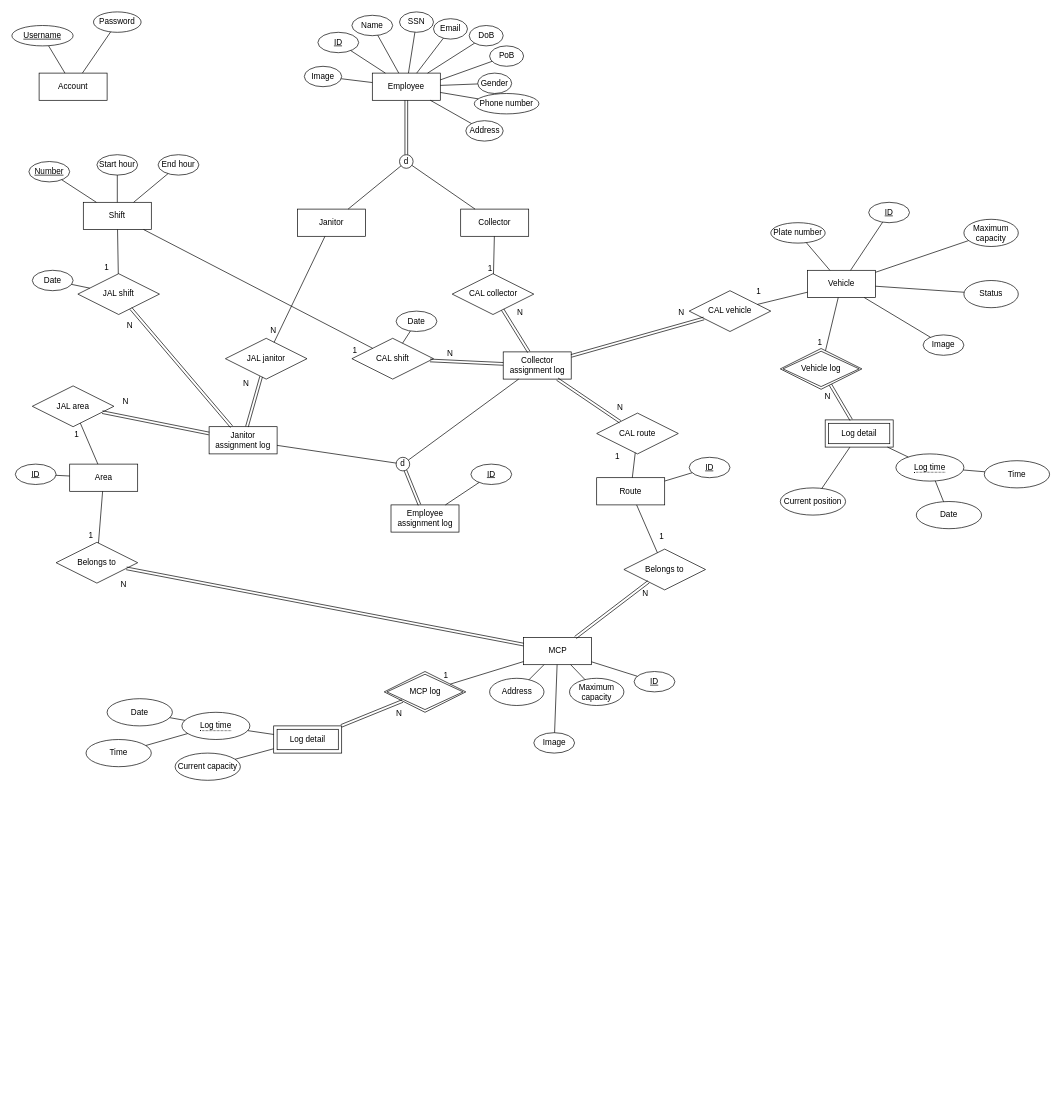
Earlier version of the draw.io diagram ERD.drawio (astr0tas/A-simple-chat-web-application). Source tidied: cells renumbered, new cells numbered last; positions are measured from the earlier drawing's top-left corner, leaving out a move shared by most shapes. Both pictures are drawn from the tidied source at 68%, with x=0, y=0 at pixel (12, 12).
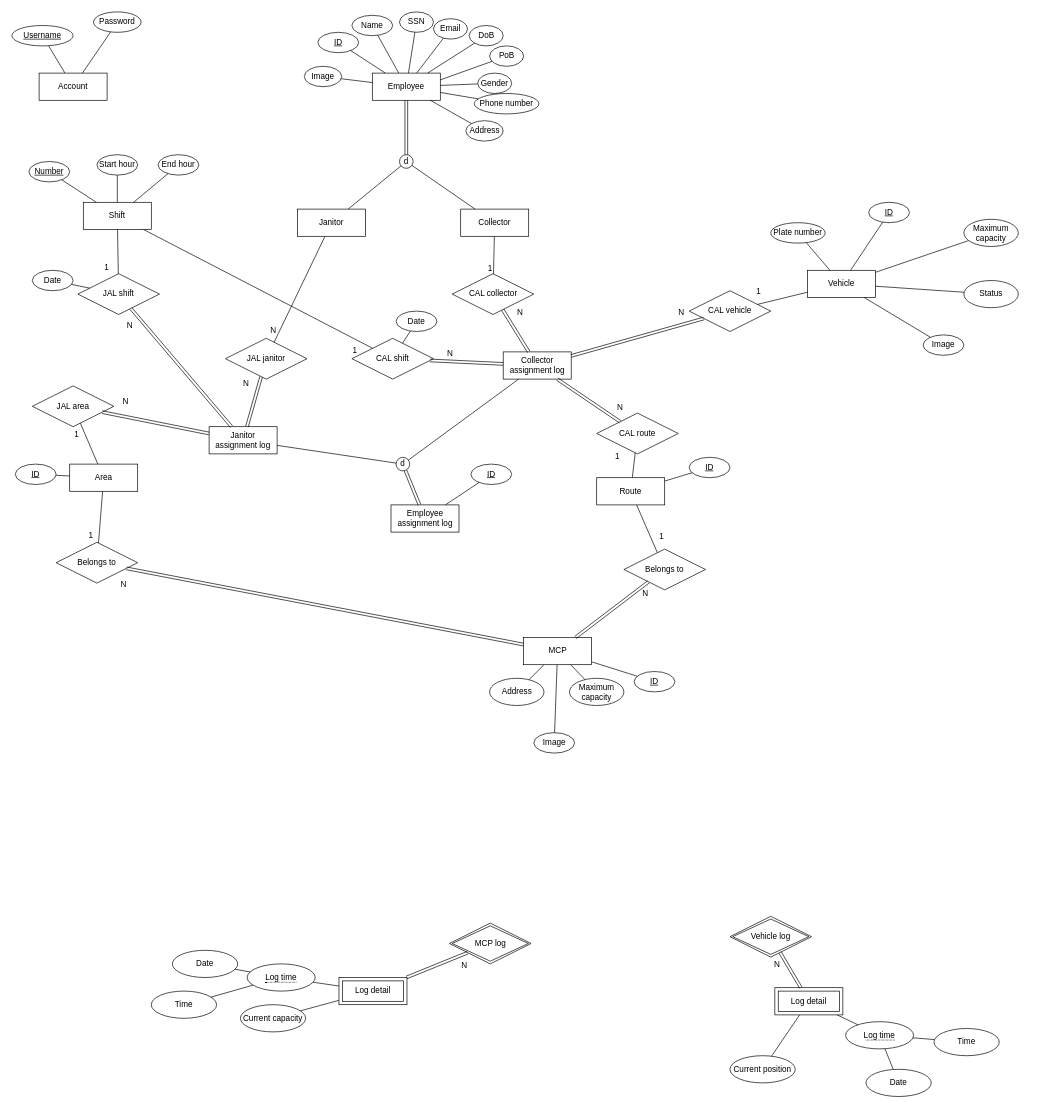
Above is the later version.

Unchanged cells that the change refers to:
```xml
<mxCell id="32" value="MCP" style="whiteSpace=wrap;html=1;align=center;" parent="1" vertex="1">
  <mxGeometry x="752.5" y="920" width="100" height="40" as="geometry" />
</mxCell>
<mxCell id="33" value="Vehicle" style="whiteSpace=wrap;html=1;align=center;" parent="1" vertex="1">
  <mxGeometry x="1170" y="380" width="100" height="40" as="geometry" />
</mxCell>
```

Change to the diagram source:
```diff
@@
     <mxCell id="79" value="MCP log" style="shape=rhombus;double=1;perimeter=rhombusPerimeter;whiteSpace=wrap;html=1;align=center;" parent="1" vertex="1">
-      <mxGeometry x="547.5" y="970" width="120" height="60" as="geometry" />
+      <mxGeometry x="643.5" y="1340" width="120" height="60" as="geometry" />
     </mxCell>
     <mxCell id="80" value="Vehicle log" style="shape=rhombus;double=1;perimeter=rhombusPerimeter;whiteSpace=wrap;html=1;align=center;" parent="1" vertex="1">
-      <mxGeometry x="1130" y="495" width="120" height="60" as="geometry" />
+      <mxGeometry x="1056" y="1330" width="120" height="60" as="geometry" />
     </mxCell>
-    <mxCell id="81" style="endArrow=none;html=1;rounded=0;" parent="1" edge="1" source="32" target="79">
-      <mxGeometry relative="1" as="geometry" />
-    </mxCell>
-    <mxCell id="82" value="1" style="html=1;whiteSpace=wrap;align=right;verticalAlign=bottom;" parent="81" vertex="1">
-      <mxGeometry x="1" relative="1" as="geometry">
-        <mxPoint x="-1" y="-5" as="offset" />
-      </mxGeometry>
-    </mxCell>
     <mxCell id="83" value="Log detail" style="shape=ext;margin=3;double=1;whiteSpace=wrap;html=1;align=center;" parent="1" vertex="1">
-      <mxGeometry x="385" y="1050" width="100" height="40" as="geometry" />
+      <mxGeometry x="481" y="1420" width="100" height="40" as="geometry" />
     </mxCell>
     <mxCell id="84" value="&lt;span style=&quot;border-bottom: 1px dotted&quot;&gt;Log time&lt;br&gt;&lt;/span&gt;" style="ellipse;whiteSpace=wrap;html=1;align=center;" parent="1" vertex="1">
-      <mxGeometry x="250" y="1030" width="100" height="40" as="geometry" />
+      <mxGeometry x="346" y="1400" width="100" height="40" as="geometry" />
     </mxCell>
     <mxCell id="85" value="Current capacity" style="ellipse;whiteSpace=wrap;html=1;align=center;" parent="1" vertex="1">
-      <mxGeometry x="240" y="1090" width="96" height="40" as="geometry" />
+      <mxGeometry x="336" y="1460" width="96" height="40" as="geometry" />
     </mxCell>
@@
     <mxCell id="90" value="Log detail" style="shape=ext;margin=3;double=1;whiteSpace=wrap;html=1;align=center;" parent="1" vertex="1">
-      <mxGeometry x="1196" y="600" width="100" height="40" as="geometry" />
+      <mxGeometry x="1122" y="1435" width="100" height="40" as="geometry" />
     </mxCell>
     <mxCell id="91" value="&lt;span style=&quot;border-bottom: 1px dotted&quot;&gt;Log time&lt;br&gt;&lt;/span&gt;" style="ellipse;whiteSpace=wrap;html=1;align=center;" parent="1" vertex="1">
-      <mxGeometry x="1300" y="650" width="100" height="40" as="geometry" />
+      <mxGeometry x="1226" y="1485" width="100" height="40" as="geometry" />
     </mxCell>
     <mxCell id="92" value="Date" style="ellipse;whiteSpace=wrap;html=1;align=center;" parent="1" vertex="1">
-      <mxGeometry x="140" y="1010" width="96" height="40" as="geometry" />
+      <mxGeometry x="236" y="1380" width="96" height="40" as="geometry" />
     </mxCell>
     <mxCell id="93" value="Time" style="ellipse;whiteSpace=wrap;html=1;align=center;" parent="1" vertex="1">
-      <mxGeometry x="109" y="1070" width="96" height="40" as="geometry" />
+      <mxGeometry x="205" y="1440" width="96" height="40" as="geometry" />
     </mxCell>
@@
-    <mxCell id="96" style="endArrow=none;html=1;rounded=0;" parent="1" edge="1" source="33" target="80">
-      <mxGeometry relative="1" as="geometry" />
-    </mxCell>
-    <mxCell id="97" value="1" style="html=1;whiteSpace=wrap;align=right;verticalAlign=bottom;" parent="96" vertex="1">
-      <mxGeometry x="1" relative="1" as="geometry">
-        <mxPoint x="-4" y="-3" as="offset" />
-      </mxGeometry>
-    </mxCell>
@@
     <mxCell id="100" value="Date" style="ellipse;whiteSpace=wrap;html=1;align=center;" parent="1" vertex="1">
-      <mxGeometry x="1330" y="720" width="96" height="40" as="geometry" />
+      <mxGeometry x="1256" y="1555" width="96" height="40" as="geometry" />
     </mxCell>
     <mxCell id="101" value="Time" style="ellipse;whiteSpace=wrap;html=1;align=center;" parent="1" vertex="1">
-      <mxGeometry x="1430" y="660" width="96" height="40" as="geometry" />
+      <mxGeometry x="1356" y="1495" width="96" height="40" as="geometry" />
     </mxCell>
@@
     <mxCell id="105" value="Current position" style="ellipse;whiteSpace=wrap;html=1;align=center;" parent="1" vertex="1">
-      <mxGeometry x="1130" y="700" width="96" height="40" as="geometry" />
+      <mxGeometry x="1056" y="1535" width="96" height="40" as="geometry" />
     </mxCell>
```
